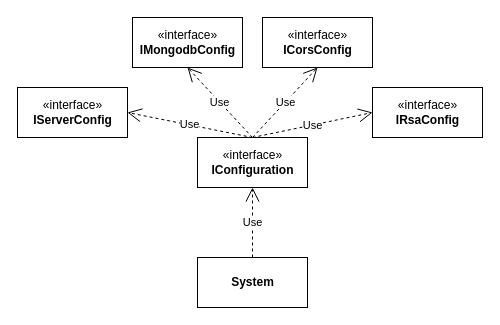
Above: api-docs/draw.io/architecture.drawio in syr0s/todo-backend (draw.io), before the change. Source tidied: cells renumbered, new cells numbered last; positions are measured from the earlier drawing's top-left corner, leaving out a move shared by most shapes. Both pictures are drawn from the tidied source at 100%, with x=0, y=0 at pixel (17, 17).
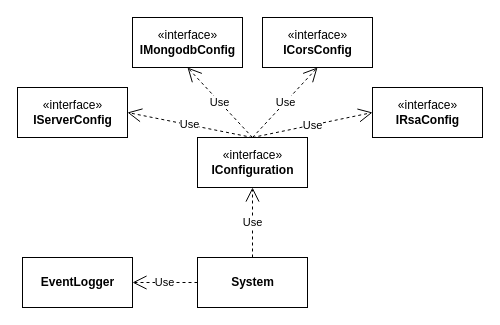
After the change.

What changed in the source:
```diff
@@
 <mxGraphModel>
   <root>
     <mxCell id="0" />
     <mxCell id="1" parent="0" />
     <mxCell id="2" value="«interface»&lt;br&gt;&lt;b&gt;IConfiguration&lt;/b&gt;" style="html=1;" parent="1" vertex="1">
       <mxGeometry x="180" y="120" width="110" height="50" as="geometry" />
     </mxCell>
     <mxCell id="3" value="«interface»&lt;br&gt;&lt;b&gt;IServerConfig&lt;/b&gt;" style="html=1;" parent="1" vertex="1">
       <mxGeometry y="70" width="110" height="50" as="geometry" />
     </mxCell>
     <mxCell id="4" value="«interface»&lt;br&gt;&lt;b&gt;IMongodbConfig&lt;/b&gt;" style="html=1;" parent="1" vertex="1">
       <mxGeometry x="115" width="110" height="50" as="geometry" />
     </mxCell>
     <mxCell id="5" value="«interface»&lt;br&gt;&lt;b&gt;ICorsConfig&lt;/b&gt;" style="html=1;" parent="1" vertex="1">
       <mxGeometry x="245" width="110" height="50" as="geometry" />
     </mxCell>
     <mxCell id="6" value="«interface»&lt;br&gt;&lt;b&gt;IRsaConfig&lt;/b&gt;" style="html=1;" parent="1" vertex="1">
       <mxGeometry x="355" y="70" width="110" height="50" as="geometry" />
     </mxCell>
     <mxCell id="7" value="System" style="html=1;fontStyle=1;" parent="1" vertex="1">
       <mxGeometry x="180" y="240" width="110" height="50" as="geometry" />
     </mxCell>
     <mxCell id="8" value="Use" style="endArrow=open;endSize=12;dashed=1;html=1;rounded=0;exitX=0.5;exitY=0;exitDx=0;exitDy=0;entryX=0.5;entryY=1;entryDx=0;entryDy=0;" parent="1" edge="1" source="7" target="2">
       <mxGeometry relative="1" as="geometry" />
     </mxCell>
     <mxCell id="9" value="Use" style="endArrow=open;endSize=12;dashed=1;html=1;rounded=0;exitX=0.5;exitY=0;exitDx=0;exitDy=0;entryX=1;entryY=0.5;entryDx=0;entryDy=0;" parent="1" edge="1" source="2" target="3">
       <mxGeometry relative="1" as="geometry" />
     </mxCell>
     <mxCell id="10" value="Use" style="endArrow=open;endSize=12;dashed=1;html=1;rounded=0;exitX=0.5;exitY=0;exitDx=0;exitDy=0;entryX=0;entryY=0.5;entryDx=0;entryDy=0;" parent="1" edge="1" source="2" target="6">
       <mxGeometry relative="1" as="geometry" />
     </mxCell>
     <mxCell id="11" value="Use" style="endArrow=open;endSize=12;dashed=1;html=1;rounded=0;exitX=0.5;exitY=0;exitDx=0;exitDy=0;entryX=0.5;entryY=1;entryDx=0;entryDy=0;" parent="1" edge="1" source="2" target="4">
       <mxGeometry relative="1" as="geometry" />
     </mxCell>
     <mxCell id="12" value="Use" style="endArrow=open;endSize=12;dashed=1;html=1;rounded=0;entryX=0.5;entryY=1;entryDx=0;entryDy=0;" parent="1" edge="1" target="5">
       <mxGeometry relative="1" as="geometry">
         <mxPoint x="235" y="120" as="sourcePoint" />
       </mxGeometry>
     </mxCell>
+    <mxCell id="13" value="EventLogger" style="html=1;fontStyle=1;" parent="1" vertex="1">
+      <mxGeometry x="5" y="240" width="110" height="50" as="geometry" />
+    </mxCell>
+    <mxCell id="14" value="Use" style="endArrow=open;endSize=12;dashed=1;html=1;rounded=0;exitX=0;exitY=0.5;exitDx=0;exitDy=0;entryX=1;entryY=0.5;entryDx=0;entryDy=0;" parent="1" edge="1" source="7" target="13">
+      <mxGeometry relative="1" as="geometry" />
+    </mxCell>
   </root>
 </mxGraphModel>
```
